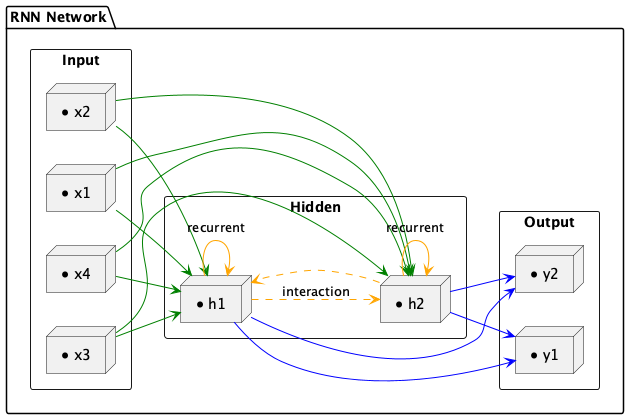
letranger/AI keeps this PlantUML diagram as rnn_model.png. Above is the earlier version. The source it was exported from:
```plantuml
@startuml
left to right direction
hide empty description
skinparam componentStyle rectangle

package "RNN Network" {
  rectangle Input {
    node "● x1" as i1
    node "● x2" as i2
    node "● x3" as i3
    node "● x4" as i4
  }

  rectangle Hidden {
    node "● h1" as h1
    node "● h2" as h2
  }

  rectangle Output {
    node "● y1" as o1
    node "● y2" as o2
  }

  i1 -[#green]-> h1
  i2 -[#green]-> h1
  i3 -[#green]-> h1
  i4 -[#green]-> h1

  i1 -[#green]-> h2
  i2 -[#green]-> h2
  i3 -[#green]-> h2
  i4 -[#green]-> h2

  h1 -[#orange]-> h1 : recurrent
  h2 -[#orange]-> h2 : recurrent
  h1 -[#orange,bold,dashed]-> h2 : interaction
  h2 -[#orange,bold,dashed]-> h1

  h1 -[#blue]-> o1
  h1 -[#blue]-> o2
  h2 -[#blue]-> o1
  h2 -[#blue]-> o2
}

@enduml
```
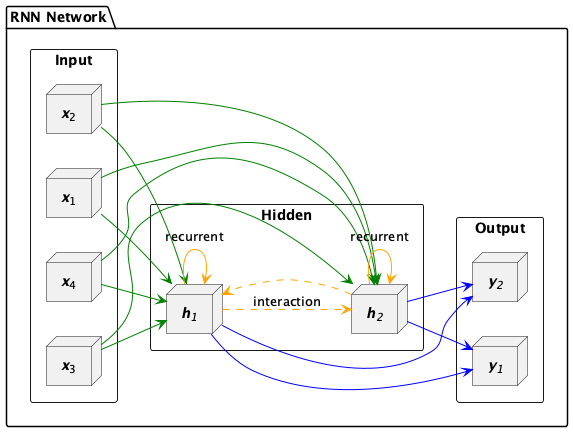
The same file after the commit.

What changed in the source:
```diff
@@ -5,20 +5,20 @@
 
 package "RNN Network" {
   rectangle Input {
-    node "● x1" as i1
-    node "● x2" as i2
-    node "● x3" as i3
-    node "● x4" as i4
+    node "<I><B>x</B></I><SUB>1</SUB>" as i1
+    node "<I><B>x</B></I><SUB>2</SUB>" as i2
+    node "<I><B>x</B></I><SUB>3</SUB>" as i3
+    node "<I><B>x</B></I><SUB>4</SUB>" as i4
   }
 
   rectangle Hidden {
-    node "● h1" as h1
-    node "● h2" as h2
+    node "<I><B>h</B><I><SUB>1</SUB>" as h1
+    node "<I><B>h</B><I><SUB>2</SUB>" as h2
   }
 
   rectangle Output {
-    node "● y1" as o1
-    node "● y2" as o2
+    node "<I><B>y</B><I><SUB>1</SUB>" as o1
+    node "<I><B>y</B><I><SUB>2</SUB>" as o2
   }
 
   i1 -[#green]-> h1
```
